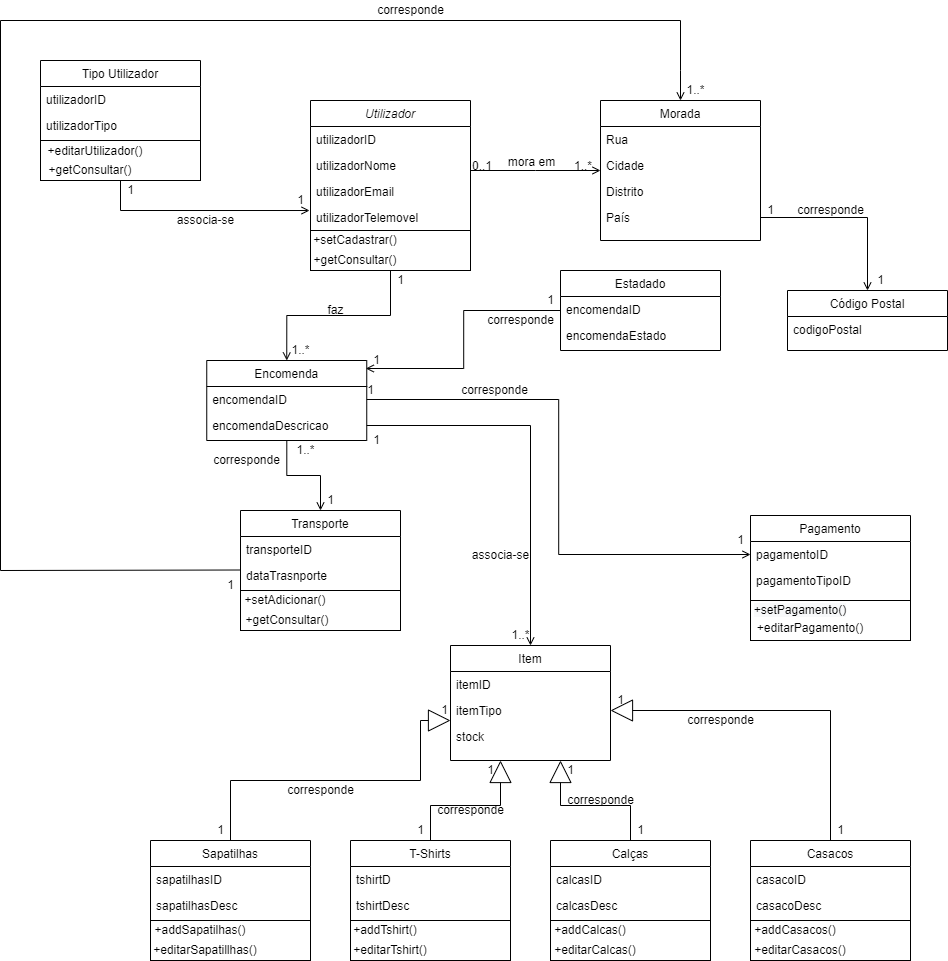
Above: diagramas/Diagrama de Classes.png in JoshuaJones27/FetchCode (draw.io), before the change. Source tidied: cells renumbered, new cells last; positions are measured from the earlier drawing's top-left corner, leaving out a move shared by most shapes.
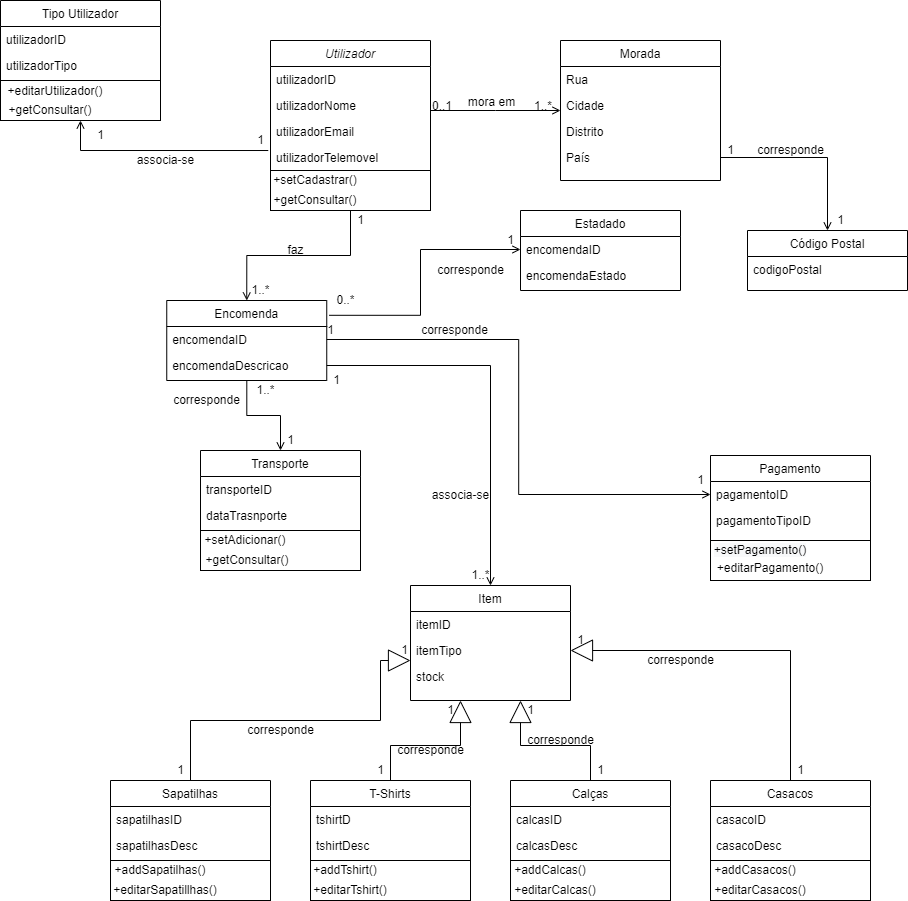
The same diagram one commit later.

The edit, as a diff of the source:
```diff
@@ -86,13 +86,16 @@
       <mxGeometry x="360" y="380" width="20" height="20" as="geometry" />
     </mxCell>
     <mxCell id="27" value="Transporte" style="swimlane;fontStyle=0;align=center;verticalAlign=top;horizontal=1;startSize=26;rounded=0;shadow=0;strokeWidth=1;" parent="1" vertex="1">
-      <mxGeometry x="240" y="510" width="160" height="80" as="geometry" />
+      <mxGeometry x="240" y="510" width="160" height="104" as="geometry" />
     </mxCell>
     <mxCell id="28" value="transporteID" style="text;align=left;verticalAlign=top;spacingLeft=4;spacingRight=4;overflow=hidden;rounded=0;" parent="27" vertex="1">
       <mxGeometry y="26" width="160" height="26" as="geometry" />
     </mxCell>
+    <mxCell id="130" value="dataTrasnporte" style="text;align=left;verticalAlign=top;spacingLeft=4;spacingRight=4;overflow=hidden;rounded=0;shadow=0;html=0;" parent="27" vertex="1">
+      <mxGeometry y="52" width="160" height="26" as="geometry" />
+    </mxCell>
     <mxCell id="29" value="dataTrasnporte" style="text;align=left;verticalAlign=top;spacingLeft=4;spacingRight=4;overflow=hidden;rounded=0;shadow=0;html=0;" parent="27" vertex="1">
-      <mxGeometry y="52" width="160" height="26" as="geometry" />
+      <mxGeometry y="78" width="160" height="26" as="geometry" />
     </mxCell>
     <mxCell id="30" value="corresponde" style="text;html=1;align=center;verticalAlign=middle;strokeColor=none;fillColor=none;rounded=0;" parent="1" vertex="1">
       <mxGeometry x="206.2" y="450" width="80" height="20" as="geometry" />
@@ -126,33 +129,6 @@
     <mxCell id="39" value="corresponde" style="text;html=1;align=center;verticalAlign=middle;strokeColor=none;fillColor=none;" parent="1" vertex="1">
       <mxGeometry x="454" y="380" width="80" height="20" as="geometry" />
     </mxCell>
-    <mxCell id="40" style="endArrow=none;html=1;rounded=0;" parent="1" edge="1">
-      <mxGeometry relative="1" as="geometry">
-        <mxPoint x="680" y="70" as="sourcePoint" />
-        <mxPoint x="680" y="20" as="targetPoint" />
-      </mxGeometry>
-    </mxCell>
-    <mxCell id="41" style="endArrow=none;html=1;rounded=0;" parent="1" edge="1">
-      <mxGeometry relative="1" as="geometry">
-        <mxPoint y="20" as="sourcePoint" />
-        <mxPoint x="680" y="20" as="targetPoint" />
-      </mxGeometry>
-    </mxCell>
-    <mxCell id="42" style="endArrow=none;html=1;rounded=0;" parent="1" edge="1">
-      <mxGeometry relative="1" as="geometry">
-        <mxPoint y="570" as="sourcePoint" />
-        <mxPoint y="20" as="targetPoint" />
-      </mxGeometry>
-    </mxCell>
-    <mxCell id="43" value="1" style="text;html=1;align=center;verticalAlign=middle;strokeColor=none;fillColor=none;" parent="1" vertex="1">
-      <mxGeometry x="220" y="575" width="20" height="20" as="geometry" />
-    </mxCell>
-    <mxCell id="44" value="1..*" style="text;html=1;align=center;verticalAlign=middle;strokeColor=none;fillColor=none;" parent="1" vertex="1">
-      <mxGeometry x="680" y="80" width="30" height="20" as="geometry" />
-    </mxCell>
-    <mxCell id="45" value="corresponde" style="text;html=1;align=center;verticalAlign=middle;strokeColor=none;fillColor=none;" parent="1" vertex="1">
-      <mxGeometry x="370" width="80" height="20" as="geometry" />
-    </mxCell>
     <mxCell id="46" value="Item" style="swimlane;fontStyle=0;align=center;verticalAlign=top;horizontal=1;startSize=26;rounded=0;shadow=0;strokeWidth=1;" parent="1" vertex="1">
       <mxGeometry x="450" y="645" width="160" height="115" as="geometry" />
     </mxCell>
@@ -324,17 +300,6 @@
     <mxCell id="98" value="+editarCasacos()" style="text;html=1;strokeColor=none;fillColor=none;align=center;verticalAlign=middle;whiteSpace=wrap;rounded=0;" parent="1" vertex="1">
       <mxGeometry x="760" y="940" width="80" height="20" as="geometry" />
     </mxCell>
-    <mxCell id="99" style="endArrow=none;html=1;rounded=0;entryX=0;entryY=0.5;entryDx=0;entryDy=0;" parent="1" edge="1">
-      <mxGeometry relative="1" as="geometry">
-        <mxPoint y="570" as="sourcePoint" />
-        <mxPoint x="240" y="569.5" as="targetPoint" />
-      </mxGeometry>
-    </mxCell>
-    <mxCell id="100" style="endArrow=open;html=1;rounded=0;endFill=0;" parent="1" edge="1" target="12">
-      <mxGeometry relative="1" as="geometry">
-        <mxPoint x="680" y="70" as="sourcePoint" />
-      </mxGeometry>
-    </mxCell>
     <mxCell id="101" style="rounded=0;whiteSpace=wrap;html=1;" parent="1" vertex="1">
       <mxGeometry x="240" y="590" width="160" height="40" as="geometry" />
     </mxCell>
@@ -353,8 +318,13 @@
     <mxCell id="106" value="&amp;nbsp; +editarPagamento()" style="text;html=1;strokeColor=none;fillColor=none;align=center;verticalAlign=middle;whiteSpace=wrap;rounded=0;" parent="1" vertex="1">
       <mxGeometry x="780" y="605" width="60" height="30" as="geometry" />
     </mxCell>
-    <mxCell id="107" style="edgeStyle=orthogonalEdgeStyle;rounded=0;jettySize=auto;html=1;entryX=0.994;entryY=0.1;entryDx=0;entryDy=0;entryPerimeter=0;endArrow=open;endFill=0;" parent="1" edge="1" source="108" target="9">
-      <mxGeometry relative="1" as="geometry" />
+    <mxCell id="107" style="edgeStyle=orthogonalEdgeStyle;rounded=0;jettySize=auto;html=1;entryX=0;entryY=0.5;entryDx=0;entryDy=0;endArrow=open;endFill=0;exitX=-0.042;exitY=1.24;exitDx=0;exitDy=0;exitPerimeter=0;" parent="1" edge="1" source="111" target="109">
+      <mxGeometry relative="1" as="geometry">
+        <Array as="points">
+          <mxPoint x="460" y="375" />
+          <mxPoint x="460" y="309" />
+        </Array>
+      </mxGeometry>
     </mxCell>
     <mxCell id="108" value="Estadado" style="swimlane;fontStyle=0;align=center;verticalAlign=top;horizontal=1;startSize=26;rounded=0;shadow=0;strokeWidth=1;" parent="1" vertex="1">
       <mxGeometry x="560" y="270" width="160" height="80" as="geometry" />
@@ -365,14 +335,14 @@
     <mxCell id="110" value="encomendaEstado" style="text;align=left;verticalAlign=top;spacingLeft=4;spacingRight=4;overflow=hidden;rounded=0;shadow=0;html=0;" parent="108" vertex="1">
       <mxGeometry y="52" width="160" height="26" as="geometry" />
     </mxCell>
-    <mxCell id="111" value="1" style="text;html=1;align=center;verticalAlign=middle;points=[];strokeColor=none;fillColor=none;rounded=0;" parent="1" vertex="1">
-      <mxGeometry x="366.2" y="350" width="20" height="20" as="geometry" />
+    <mxCell id="111" value="0..*" style="text;html=1;align=center;verticalAlign=middle;points=[];strokeColor=none;fillColor=none;rounded=0;" parent="1" vertex="1">
+      <mxGeometry x="370" y="350" width="30" height="20" as="geometry" />
     </mxCell>
     <mxCell id="112" value="1" style="text;html=1;align=center;verticalAlign=middle;strokeColor=none;fillColor=none;rounded=0;" parent="1" vertex="1">
       <mxGeometry x="540" y="290" width="20" height="20" as="geometry" />
     </mxCell>
     <mxCell id="113" value="corresponde" style="text;html=1;align=center;verticalAlign=middle;strokeColor=none;fillColor=none;" parent="1" vertex="1">
-      <mxGeometry x="480" y="310" width="80" height="20" as="geometry" />
+      <mxGeometry x="470" y="320" width="80" height="20" as="geometry" />
     </mxCell>
     <mxCell id="114" value="Tipo Utilizador" style="swimlane;fontStyle=0;align=center;verticalAlign=top;horizontal=1;startSize=26;rounded=0;shadow=0;strokeWidth=1;" parent="1" vertex="1">
       <mxGeometry x="40" y="60" width="160" height="80" as="geometry" />
@@ -392,18 +362,15 @@
     <mxCell id="119" value="+getConsultar()" style="text;html=1;strokeColor=none;fillColor=none;align=center;verticalAlign=middle;whiteSpace=wrap;rounded=0;" parent="1" vertex="1">
       <mxGeometry x="50" y="155" width="80" height="30" as="geometry" />
     </mxCell>
-    <mxCell id="120" style="endArrow=none;html=1;rounded=0;entryX=0.5;entryY=1;entryDx=0;entryDy=0;" parent="1" edge="1" target="117">
-      <mxGeometry relative="1" as="geometry">
-        <mxPoint x="120" y="210" as="sourcePoint" />
-      </mxGeometry>
-    </mxCell>
-    <mxCell id="121" style="endArrow=open;html=1;rounded=0;entryX=-0.006;entryY=0.231;entryDx=0;entryDy=0;entryPerimeter=0;endFill=0;" parent="1" edge="1" target="6">
+    <mxCell id="121" style="endArrow=open;html=1;rounded=0;entryX=0.5;entryY=1;entryDx=0;entryDy=0;endFill=0;exitX=-0.014;exitY=0.231;exitDx=0;exitDy=0;exitPerimeter=0;" parent="1" edge="1" source="6" target="117">
       <mxGeometry relative="1" as="geometry">
-        <mxPoint x="120" y="210" as="sourcePoint" />
+        <Array as="points">
+          <mxPoint x="120" y="210" />
+        </Array>
       </mxGeometry>
     </mxCell>
     <mxCell id="122" value="1" style="text;html=1;align=center;verticalAlign=middle;strokeColor=none;fillColor=none;" parent="1" vertex="1">
-      <mxGeometry x="120" y="180" width="20" height="20" as="geometry" />
+      <mxGeometry x="130" y="185" width="20" height="20" as="geometry" />
     </mxCell>
     <mxCell id="123" value="associa-se" style="text;html=1;align=center;verticalAlign=middle;strokeColor=none;fillColor=none;" parent="1" vertex="1">
       <mxGeometry x="170" y="210" width="70" height="20" as="geometry" />
```
